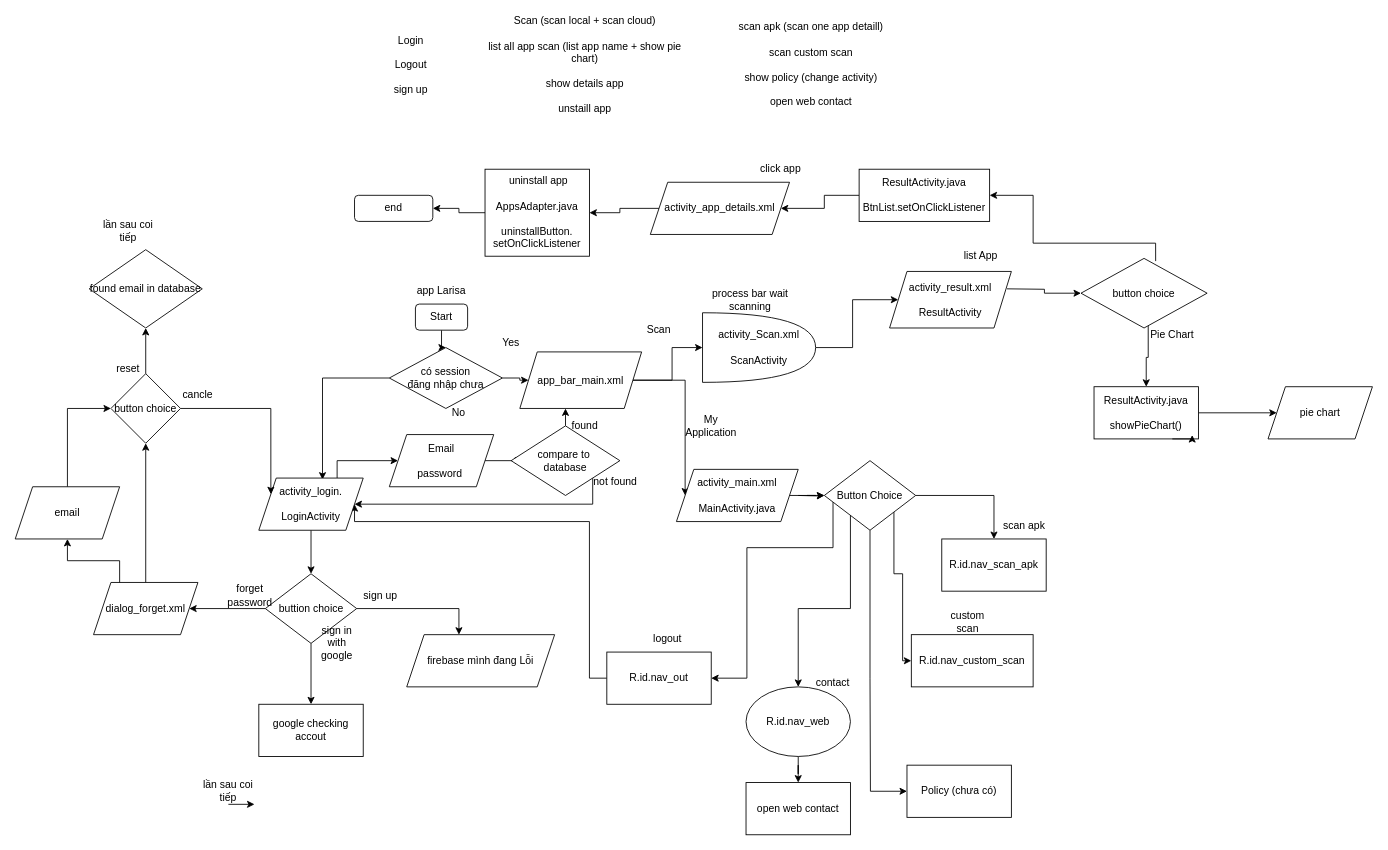
trucmt/app_larisa keeps this draw.io diagram as page "overview" (2 of 8) of fChartApp.drawio. Above is the earlier version. Source tidied: cells renumbered, new cells numbered last; positions are measured from the earlier drawing's top-left corner, leaving out a move shared by most shapes. Both pictures are drawn from the tidied source at 87%, with x=0, y=0 at pixel (15, 51).
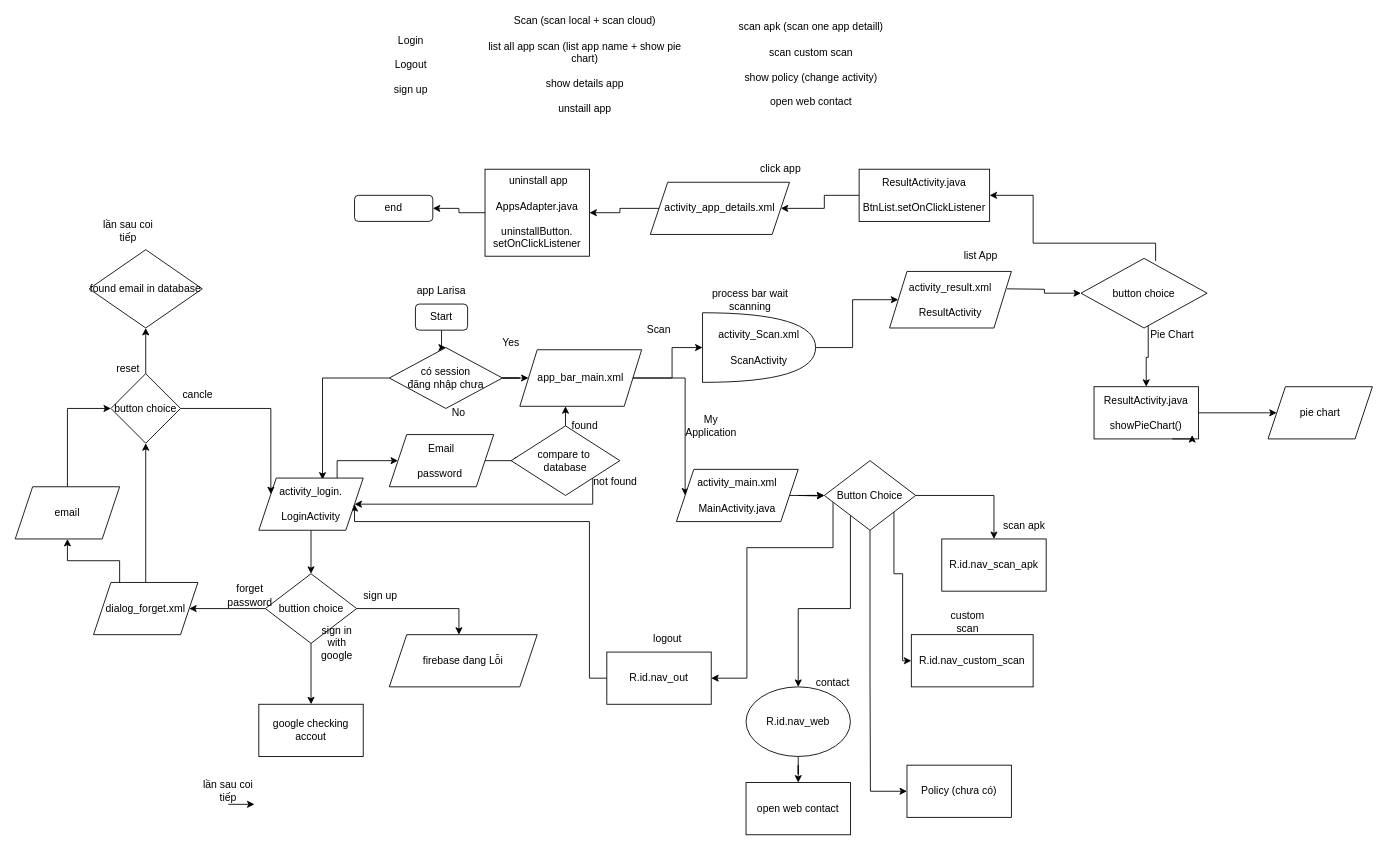
After the change.

What changed in the source:
```diff
@@
     <mxCell id="36" value="app_bar_main.xml" style="shape=parallelogram;perimeter=parallelogramPerimeter;whiteSpace=wrap;html=1;fixedSize=1;" parent="1" vertex="1">
-      <mxGeometry x="580" y="345" width="140" height="65" as="geometry" />
+      <mxGeometry x="580" y="342.5" width="140" height="65" as="geometry" />
     </mxCell>
@@
-    <mxCell id="90" value="firebase mình đang Lỗi" style="shape=parallelogram;perimeter=parallelogramPerimeter;whiteSpace=wrap;html=1;fixedSize=1;" parent="1" vertex="1">
-      <mxGeometry x="450" y="670" width="170" height="60" as="geometry" />
+    <mxCell id="90" value="firebase đang Lỗi" style="shape=parallelogram;perimeter=parallelogramPerimeter;whiteSpace=wrap;html=1;fixedSize=1;" parent="1" vertex="1">
+      <mxGeometry x="430" y="670" width="170" height="60" as="geometry" />
     </mxCell>
```
